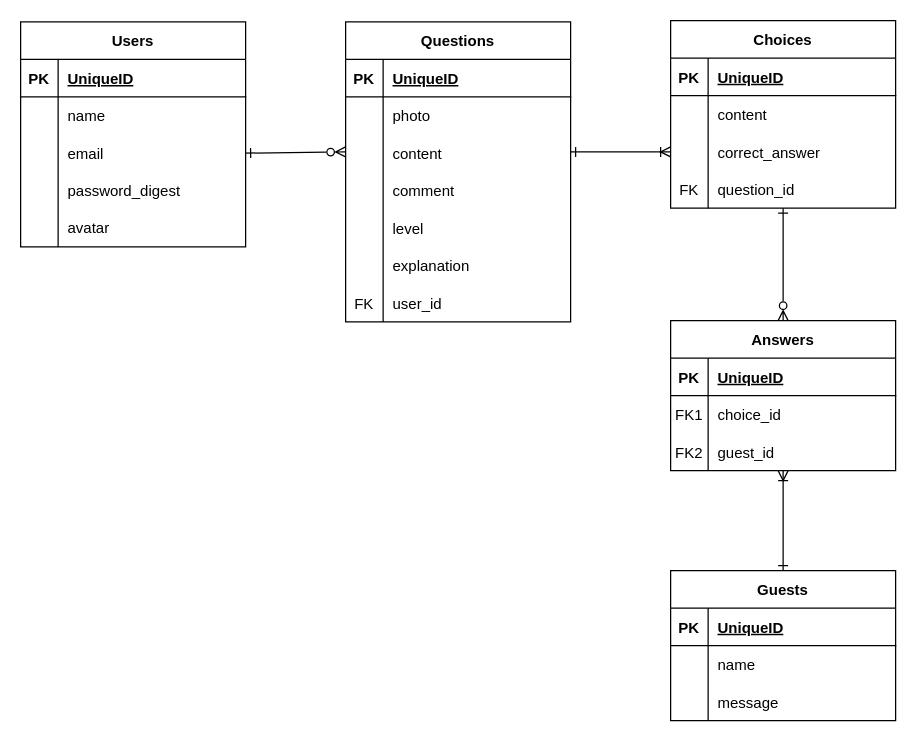
This is ER.drawio from yamashita-a420/welcome_quiz, a draw.io file, before an edit. Source tidied: cells renumbered, new cells numbered last; positions are measured from the earlier drawing's top-left corner, leaving out a move shared by most shapes. Both pictures are drawn from the tidied source at 125%, with x=0, y=0 at pixel (20, 20).
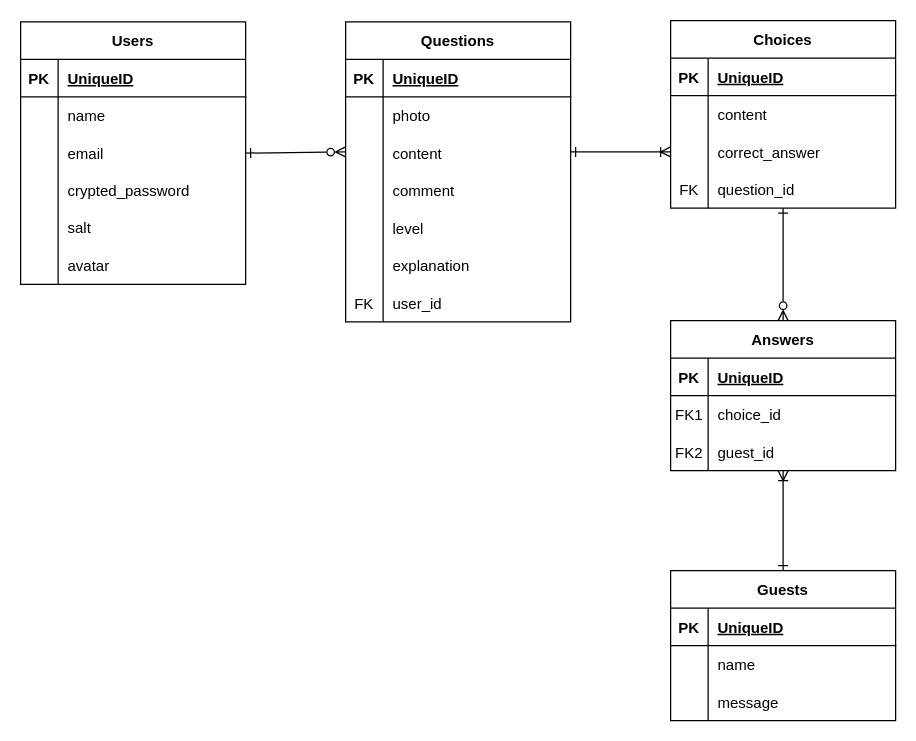
After the change.

Commit message (it also covers changes not shown here):
Fix: Usersテーブルのカラム名を修正

The change refers to these unchanged cells:
```xml
<mxCell id="39" style="group;" parent="1" vertex="1">
  <mxGeometry y="1" width="180" height="190" as="geometry" />
</mxCell>
<mxCell id="50" style="shape=partialRectangle;fillColor=none;top=0;left=0;bottom=0;right=0;" parent="40" vertex="1">
  <mxGeometry y="120" width="180" height="30" as="geometry" />
</mxCell>
<mxCell id="56" style="shape=partialRectangle;fillColor=none;top=0;left=0;bottom=0;right=0;" parent="39" vertex="1">
  <mxGeometry y="149" width="180" height="30" as="geometry" />
</mxCell>
```

The edit, as a diff of the source:
```diff
@@
     <mxCell id="40" value="Users" style="shape=table;startSize=30;childLayout=tableLayout;rowLines=0;fontStyle=1;align=center;" parent="39" vertex="1">
-      <mxGeometry width="180" height="180" as="geometry" />
+      <mxGeometry width="180" height="210" as="geometry" />
     </mxCell>
@@
-    <mxCell id="52" value="password_digest" style="shape=partialRectangle;fillColor=none;top=0;left=0;bottom=0;right=0;align=left;spacingLeft=6;overflow=hidden;" parent="50" vertex="1">
+    <mxCell id="52" value="crypted_password" style="shape=partialRectangle;fillColor=none;top=0;left=0;bottom=0;right=0;align=left;spacingLeft=6;overflow=hidden;" parent="50" vertex="1">
       <mxGeometry x="30" width="150" height="30" as="geometry" />
     </mxCell>
+    <mxCell id="88" style="shape=partialRectangle;fillColor=none;top=0;left=0;bottom=0;right=0;" parent="40" vertex="1">
+      <mxGeometry y="150" width="180" height="30" as="geometry" />
+    </mxCell>
+    <mxCell id="89" style="shape=partialRectangle;fillColor=none;top=0;left=0;bottom=0;right=0;overflow=hidden;" parent="88" vertex="1">
+      <mxGeometry width="30" height="30" as="geometry" />
+    </mxCell>
+    <mxCell id="90" style="shape=partialRectangle;fillColor=none;top=0;left=0;bottom=0;right=0;align=left;spacingLeft=6;overflow=hidden;" parent="88" vertex="1">
+      <mxGeometry x="30" width="150" height="30" as="geometry" />
+    </mxCell>
     <mxCell id="53" style="shape=partialRectangle;fillColor=none;top=0;left=0;bottom=0;right=0;" parent="40" vertex="1">
-      <mxGeometry y="150" width="180" height="30" as="geometry" />
+      <mxGeometry y="180" width="180" height="30" as="geometry" />
     </mxCell>
@@
-    <mxCell id="55" style="shape=partialRectangle;fillColor=none;top=0;left=0;bottom=0;right=0;align=left;spacingLeft=6;overflow=hidden;" parent="53" vertex="1">
+    <mxCell id="55" value="avatar" style="shape=partialRectangle;fillColor=none;top=0;left=0;bottom=0;right=0;align=left;spacingLeft=6;overflow=hidden;" parent="53" vertex="1">
       <mxGeometry x="30" width="150" height="30" as="geometry" />
     </mxCell>
@@
-    <mxCell id="58" value="avatar" style="shape=partialRectangle;fillColor=none;top=0;left=0;bottom=0;right=0;align=left;spacingLeft=6;overflow=hidden;" parent="56" vertex="1">
+    <mxCell id="58" value="salt" style="shape=partialRectangle;fillColor=none;top=0;left=0;bottom=0;right=0;align=left;spacingLeft=6;overflow=hidden;" parent="56" vertex="1">
       <mxGeometry x="30" width="150" height="30" as="geometry" />
     </mxCell>
```
